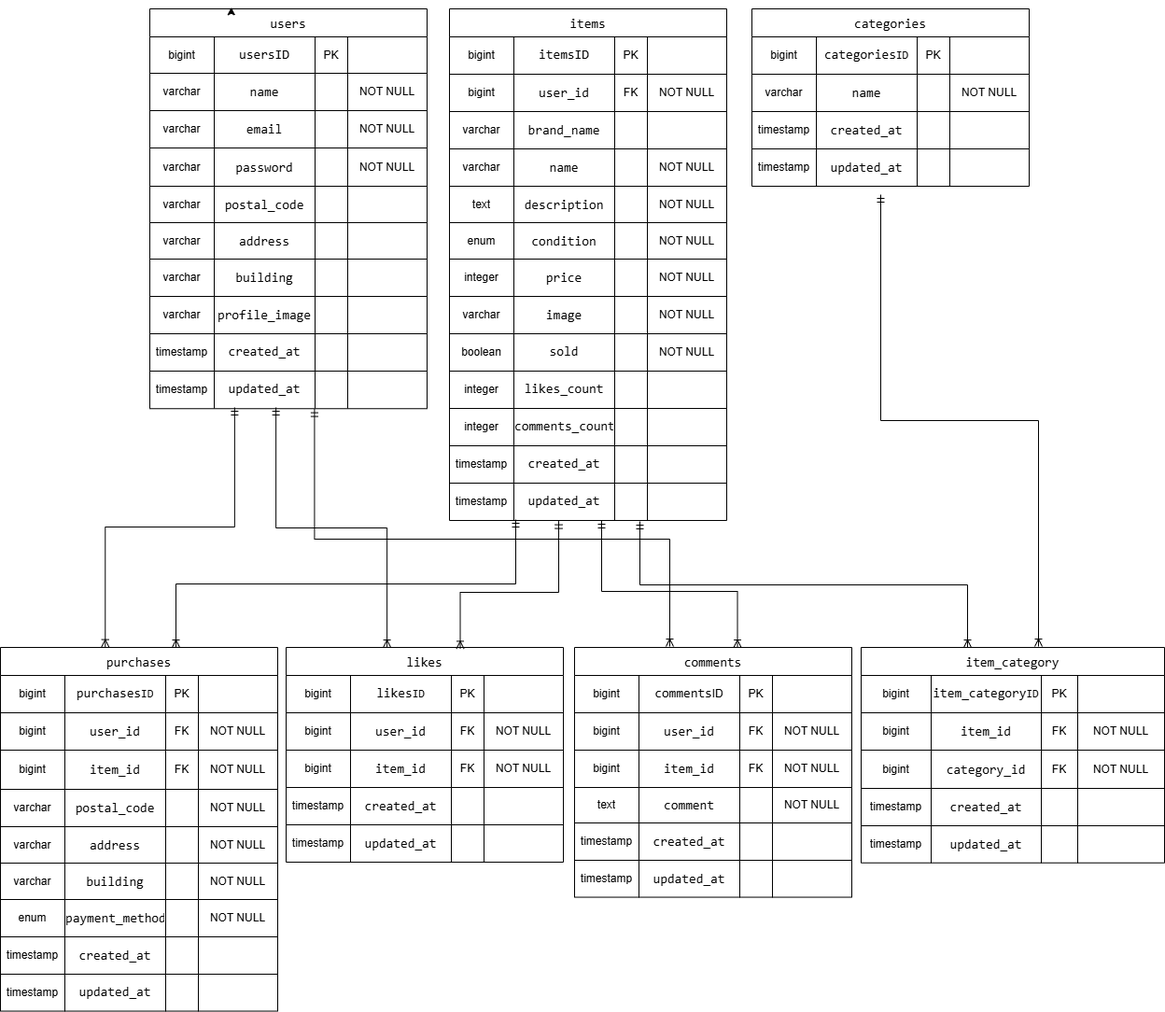
This is src/docs/フリマ模擬案件ER図.png from 89359389383/flea-market-application, a draw.io export, as it was before one commit. Source tidied: cells renumbered, new cells last; positions are measured from the earlier drawing's top-left corner, leaving out a move shared by most shapes.
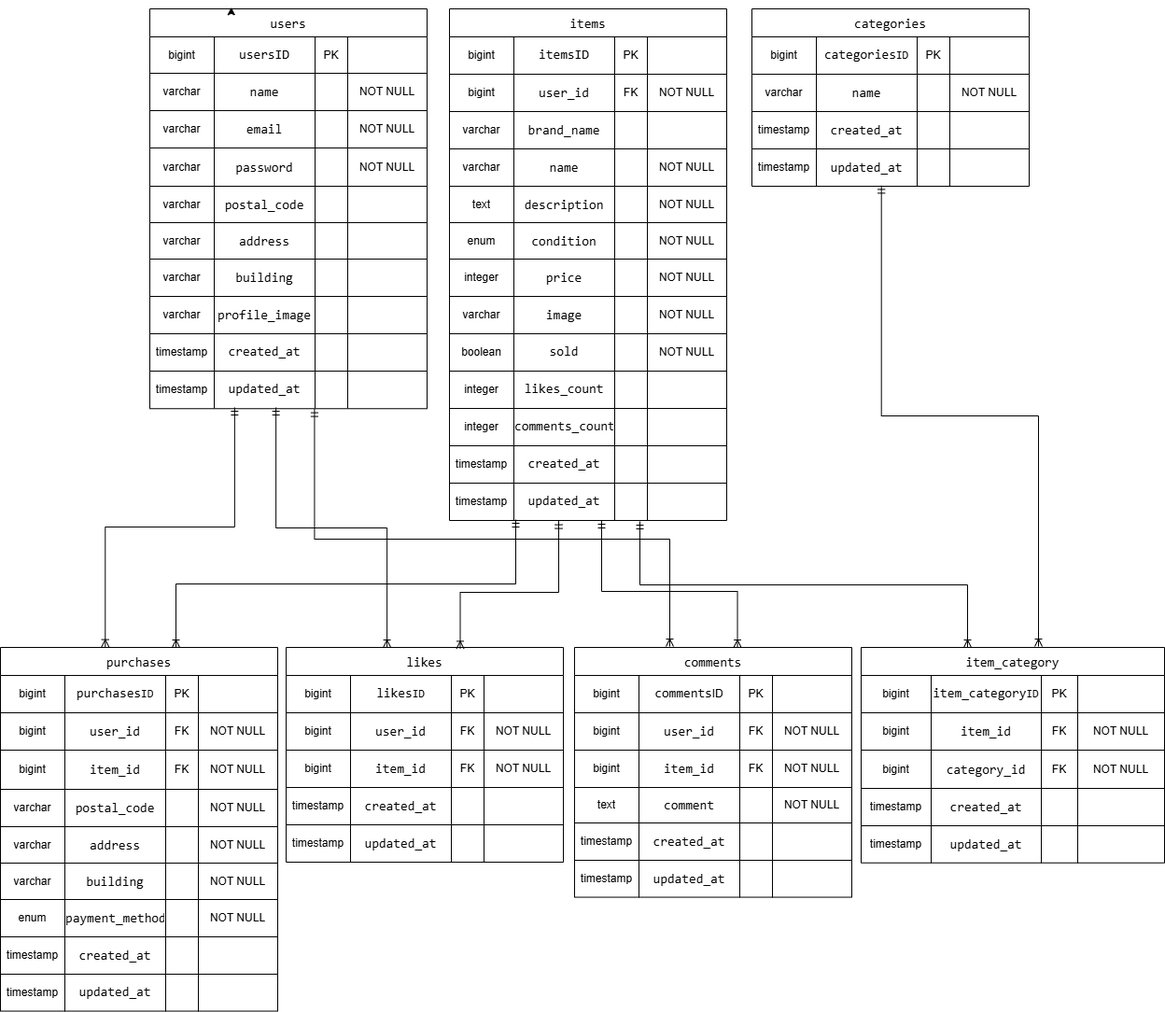
After the change.

Change to the diagram source:
```diff
@@ -848,9 +848,8 @@
         <mxPoint x="1036" y="684" as="targetPoint" />
       </mxGeometry>
     </mxCell>
-    <mxCell id="277" style="edgeStyle=elbowEdgeStyle;fontSize=12;html=1;endArrow=ERoneToMany;startArrow=ERmandOne;rounded=0;elbow=vertical;" parent="1" edge="1">
+    <mxCell id="277" style="edgeStyle=elbowEdgeStyle;fontSize=12;html=1;endArrow=ERoneToMany;startArrow=ERmandOne;rounded=0;elbow=vertical;exitX=0.467;exitY=0.985;exitDx=0;exitDy=0;exitPerimeter=0;" parent="1" edge="1" source="136">
       <mxGeometry relative="1" as="geometry">
-        <mxPoint x="943" y="199" as="sourcePoint" />
         <mxPoint x="1112" y="683" as="targetPoint" />
       </mxGeometry>
     </mxCell>
```
